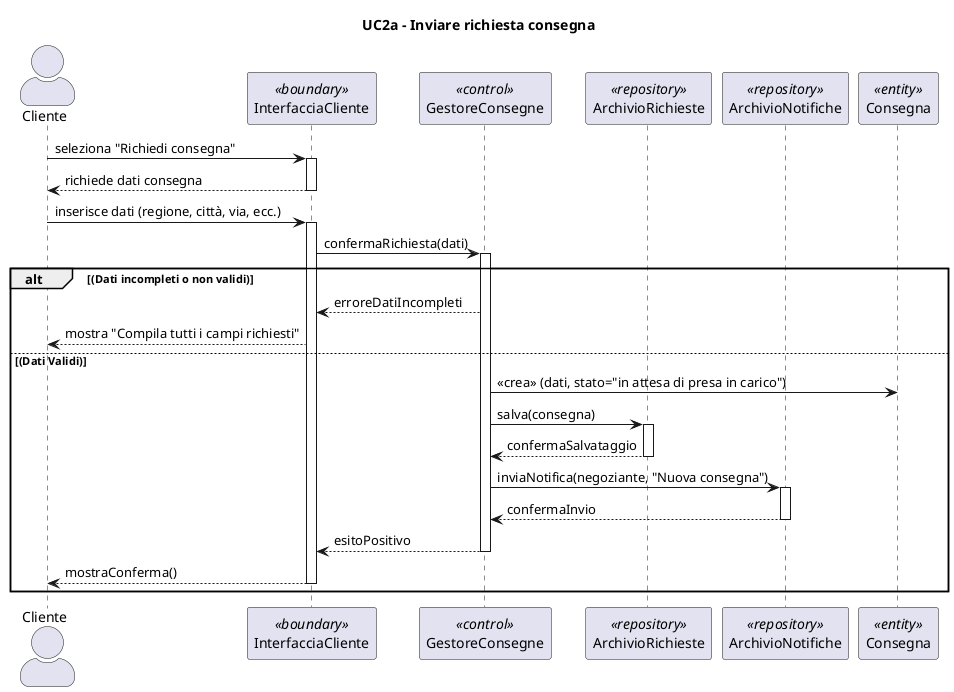
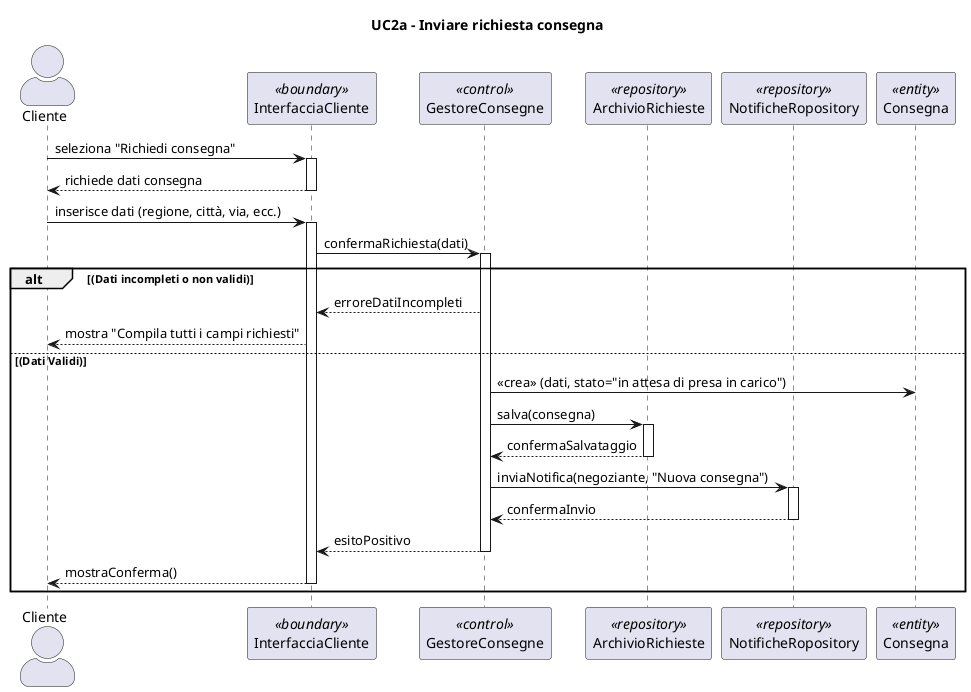
@startuml

skinparam actorStyle awesome
title UC2a - Inviare richiesta consegna

actor Cliente
participant "InterfacciaCliente" as Boundary <<boundary>>
participant "GestoreConsegne" as Control <<control>>
participant "ArchivioRichieste" as RepoConsegna <<repository>>
- participant "ArchivioNotifiche" as RepoNotifica <<repository>>
+ participant "NotificheRopository" as RepoNotifica <<repository>>
participant "Consegna" as Consegna <<entity>>


Cliente -> Boundary : seleziona "Richiedi consegna"
activate Boundary
Boundary --> Cliente : richiede dati consegna
deactivate Boundary

Cliente -> Boundary : inserisce dati (regione, città, via, ecc.)
activate Boundary

Boundary -> Control : confermaRichiesta(dati)
activate Control

alt (Dati incompleti o non validi)
    Control --> Boundary : erroreDatiIncompleti
    Boundary --> Cliente : mostra "Compila tutti i campi richiesti"
else (Dati Validi)

    Control -> Consegna : <<crea>> (dati, stato="in attesa di presa in carico")
    Control -> RepoConsegna : salva(consegna)
    activate RepoConsegna
    RepoConsegna --> Control : confermaSalvataggio
    deactivate RepoConsegna

    Control -> RepoNotifica : inviaNotifica(negoziante, "Nuova consegna")
    activate RepoNotifica
    RepoNotifica --> Control : confermaInvio
    deactivate RepoNotifica

    Control --> Boundary : esitoPositivo
    deactivate Control
    Boundary --> Cliente : mostraConferma()
    deactivate Boundary
end
@enduml

